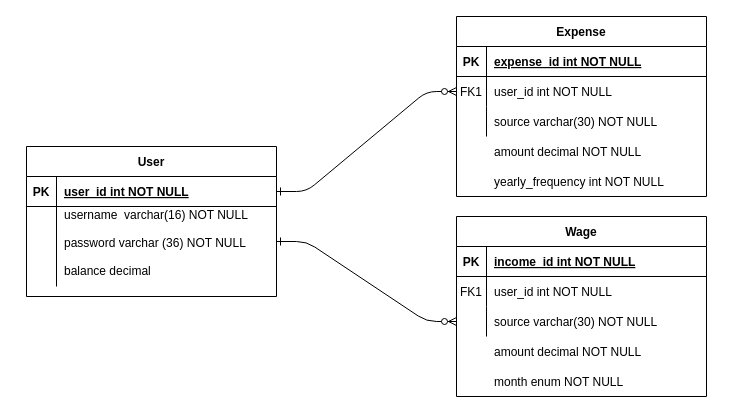
Earlier version of the draw.io diagram ERD.drawio (jacob-eager/Ewallet-SENG210). Source tidied: cells renumbered, new cells numbered last; positions are measured from the earlier drawing's top-left corner, leaving out a move shared by most shapes. Both pictures are drawn from the tidied source at 100%, with x=0, y=0 at pixel (26, 16).
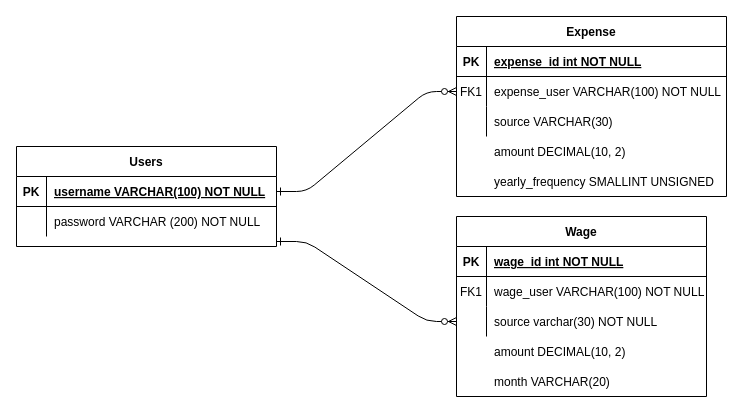
After the change.

Commit message:
Updated ERD to reflect schema changes

The change refers to these unchanged cells:
```xml
<mxCell id="14" style="shape=partialRectangle;fillColor=none;top=0;left=0;right=0;bottom=1;" parent="13" vertex="1">
  <mxGeometry y="30" width="250" height="30" as="geometry" />
</mxCell>
<mxCell id="17" style="shape=partialRectangle;fillColor=none;top=0;left=0;right=0;bottom=0;" parent="13" vertex="1">
  <mxGeometry y="60" width="250" height="30" as="geometry" />
</mxCell>
```

What changed in the source:
```diff
@@
     <mxCell id="3" value="Expense" style="shape=table;startSize=30;childLayout=tableLayout;rowLines=0;fontStyle=1;align=center;" parent="1" vertex="1">
-      <mxGeometry x="430" width="250" height="180" as="geometry" />
+      <mxGeometry x="430" width="270" height="180" as="geometry" />
     </mxCell>
     <mxCell id="4" style="shape=partialRectangle;fillColor=none;top=0;left=0;right=0;bottom=1;" parent="3" vertex="1">
-      <mxGeometry y="30" width="250" height="30" as="geometry" />
+      <mxGeometry y="30" width="270" height="30" as="geometry" />
     </mxCell>
@@
     <mxCell id="6" value="expense_id int NOT NULL " style="shape=partialRectangle;overflow=hidden;fillColor=none;top=0;left=0;bottom=0;right=0;align=left;spacingLeft=6;fontStyle=5;" parent="4" vertex="1">
-      <mxGeometry x="30" width="220" height="30" as="geometry" />
+      <mxGeometry x="30" width="240" height="30" as="geometry" />
     </mxCell>
     <mxCell id="7" style="shape=partialRectangle;fillColor=none;points=[[0,0.5],[1,0.5]];portConstraint=eastwest;top=0;left=0;right=0;bottom=0;" parent="3" vertex="1">
-      <mxGeometry y="60" width="250" height="30" as="geometry" />
+      <mxGeometry y="60" width="270" height="30" as="geometry" />
     </mxCell>
@@
-    <mxCell id="9" value="user_id int NOT NULL" style="shape=partialRectangle;overflow=hidden;fillColor=none;top=0;left=0;bottom=0;right=0;align=left;spacingLeft=6;" parent="7" vertex="1">
-      <mxGeometry x="30" width="220" height="30" as="geometry" />
+    <mxCell id="9" value="expense_user VARCHAR(100) NOT NULL" style="shape=partialRectangle;overflow=hidden;fillColor=none;top=0;left=0;bottom=0;right=0;align=left;spacingLeft=6;" parent="7" vertex="1">
+      <mxGeometry x="30" width="240" height="30" as="geometry" />
     </mxCell>
     <mxCell id="10" style="shape=partialRectangle;fillColor=none;top=0;left=0;right=0;bottom=0;" parent="3" vertex="1">
-      <mxGeometry y="90" width="250" height="30" as="geometry" />
+      <mxGeometry y="90" width="270" height="30" as="geometry" />
     </mxCell>
@@
-    <mxCell id="12" value="source varchar(30) NOT NULL" style="shape=partialRectangle;overflow=hidden;fillColor=none;top=0;left=0;bottom=0;right=0;align=left;spacingLeft=6;" parent="10" vertex="1">
-      <mxGeometry x="30" width="220" height="30" as="geometry" />
+    <mxCell id="12" value="source VARCHAR(30) " style="shape=partialRectangle;overflow=hidden;fillColor=none;top=0;left=0;bottom=0;right=0;align=left;spacingLeft=6;" parent="10" vertex="1">
+      <mxGeometry x="30" width="240" height="30" as="geometry" />
     </mxCell>
@@
-    <mxCell id="16" value="income_id int NOT NULL " style="shape=partialRectangle;overflow=hidden;fillColor=none;top=0;left=0;bottom=0;right=0;align=left;spacingLeft=6;fontStyle=5;" parent="14" vertex="1">
+    <mxCell id="16" value="wage_id int NOT NULL " style="shape=partialRectangle;overflow=hidden;fillColor=none;top=0;left=0;bottom=0;right=0;align=left;spacingLeft=6;fontStyle=5;" parent="14" vertex="1">
       <mxGeometry x="30" width="220" height="30" as="geometry" />
     </mxCell>
@@
-    <mxCell id="19" value="user_id int NOT NULL" style="shape=partialRectangle;overflow=hidden;fillColor=none;top=0;left=0;bottom=0;right=0;align=left;spacingLeft=6;" parent="17" vertex="1">
+    <mxCell id="19" value="wage_user VARCHAR(100) NOT NULL" style="shape=partialRectangle;overflow=hidden;fillColor=none;top=0;left=0;bottom=0;right=0;align=left;spacingLeft=6;" parent="17" vertex="1">
       <mxGeometry x="30" width="220" height="30" as="geometry" />
     </mxCell>
@@
-    <mxCell id="23" value="User" style="shape=table;startSize=30;childLayout=tableLayout;rowLines=0;fontStyle=1;align=center;" parent="1" vertex="1">
-      <mxGeometry y="130" width="250" height="150" as="geometry" />
+    <mxCell id="23" value="Users" style="shape=table;startSize=30;childLayout=tableLayout;rowLines=0;fontStyle=1;align=center;" parent="1" vertex="1">
+      <mxGeometry x="-10" y="130" width="260" height="100" as="geometry" />
     </mxCell>
     <mxCell id="24" style="shape=partialRectangle;fillColor=none;points=[[0,0.5],[1,0.5]];portConstraint=eastwest;top=0;left=0;right=0;bottom=1;" parent="23" vertex="1">
-      <mxGeometry y="30" width="250" height="30" as="geometry" />
+      <mxGeometry y="30" width="260" height="30" as="geometry" />
     </mxCell>
@@
-    <mxCell id="26" value="user_id int NOT NULL " style="shape=partialRectangle;overflow=hidden;fillColor=none;top=0;left=0;bottom=0;right=0;align=left;spacingLeft=6;fontStyle=5;" parent="24" vertex="1">
-      <mxGeometry x="30" width="220" height="30" as="geometry" />
+    <mxCell id="26" value="username VARCHAR(100) NOT NULL " style="shape=partialRectangle;overflow=hidden;fillColor=none;top=0;left=0;bottom=0;right=0;align=left;spacingLeft=6;fontStyle=5;" parent="24" vertex="1">
+      <mxGeometry x="30" width="230" height="30" as="geometry" />
     </mxCell>
     <mxCell id="27" style="shape=partialRectangle;fillColor=none;top=0;left=0;right=0;bottom=0;" parent="23" vertex="1">
-      <mxGeometry y="60" width="250" height="80" as="geometry" />
+      <mxGeometry y="60" width="260" height="30" as="geometry" />
     </mxCell>
     <mxCell id="28" style="shape=partialRectangle;overflow=hidden;fillColor=none;top=0;left=0;bottom=0;right=0;" parent="27" vertex="1">
-      <mxGeometry width="30" height="80" as="geometry" />
+      <mxGeometry width="30" height="30" as="geometry" />
     </mxCell>
-    <mxCell id="29" value="username  varchar(16) NOT NULL&#10;&#10;password varchar (36) NOT NULL&#10;&#10;balance decimal&#10;" style="shape=partialRectangle;overflow=hidden;fillColor=none;top=0;left=0;bottom=0;right=0;align=left;spacingLeft=6;" parent="27" vertex="1">
-      <mxGeometry x="30" width="220" height="80" as="geometry" />
+    <mxCell id="29" value="password VARCHAR (200) NOT NULL" style="shape=partialRectangle;overflow=hidden;fillColor=none;top=0;left=0;bottom=0;right=0;align=left;spacingLeft=6;" parent="27" vertex="1">
+      <mxGeometry x="30" width="230" height="30" as="geometry" />
     </mxCell>
-    <mxCell id="30" value="amount decimal NOT NULL" style="shape=partialRectangle;overflow=hidden;fillColor=none;top=0;left=0;bottom=0;right=0;align=left;spacingLeft=6;" parent="1" vertex="1">
-      <mxGeometry x="460" y="120" width="220" height="30" as="geometry" />
+    <mxCell id="30" value="amount DECIMAL(10, 2)" style="shape=partialRectangle;overflow=hidden;fillColor=none;top=0;left=0;bottom=0;right=0;align=left;spacingLeft=6;" parent="1" vertex="1">
+      <mxGeometry x="460" y="120" width="140" height="30" as="geometry" />
     </mxCell>
-    <mxCell id="31" value="yearly_frequency int NOT NULL" style="shape=partialRectangle;overflow=hidden;fillColor=none;top=0;left=0;bottom=0;right=0;align=left;spacingLeft=6;" parent="1" vertex="1">
-      <mxGeometry x="460" y="150" width="220" height="30" as="geometry" />
+    <mxCell id="31" value="yearly_frequency SMALLINT UNSIGNED " style="shape=partialRectangle;overflow=hidden;fillColor=none;top=0;left=0;bottom=0;right=0;align=left;spacingLeft=6;" parent="1" vertex="1">
+      <mxGeometry x="460" y="150" width="240" height="30" as="geometry" />
     </mxCell>
-    <mxCell id="32" value="amount decimal NOT NULL" style="shape=partialRectangle;overflow=hidden;fillColor=none;top=0;left=0;bottom=0;right=0;align=left;spacingLeft=6;" parent="1" vertex="1">
+    <mxCell id="32" value="amount DECIMAL(10, 2)" style="shape=partialRectangle;overflow=hidden;fillColor=none;top=0;left=0;bottom=0;right=0;align=left;spacingLeft=6;" parent="1" vertex="1">
       <mxGeometry x="460" y="320" width="220" height="30" as="geometry" />
     </mxCell>
-    <mxCell id="33" value="month enum NOT NULL" style="shape=partialRectangle;overflow=hidden;fillColor=none;top=0;left=0;bottom=0;right=0;align=left;spacingLeft=6;" parent="1" vertex="1">
+    <mxCell id="33" value="month VARCHAR(20)" style="shape=partialRectangle;overflow=hidden;fillColor=none;top=0;left=0;bottom=0;right=0;align=left;spacingLeft=6;" parent="1" vertex="1">
       <mxGeometry x="460" y="350" width="220" height="30" as="geometry" />
     </mxCell>
```
